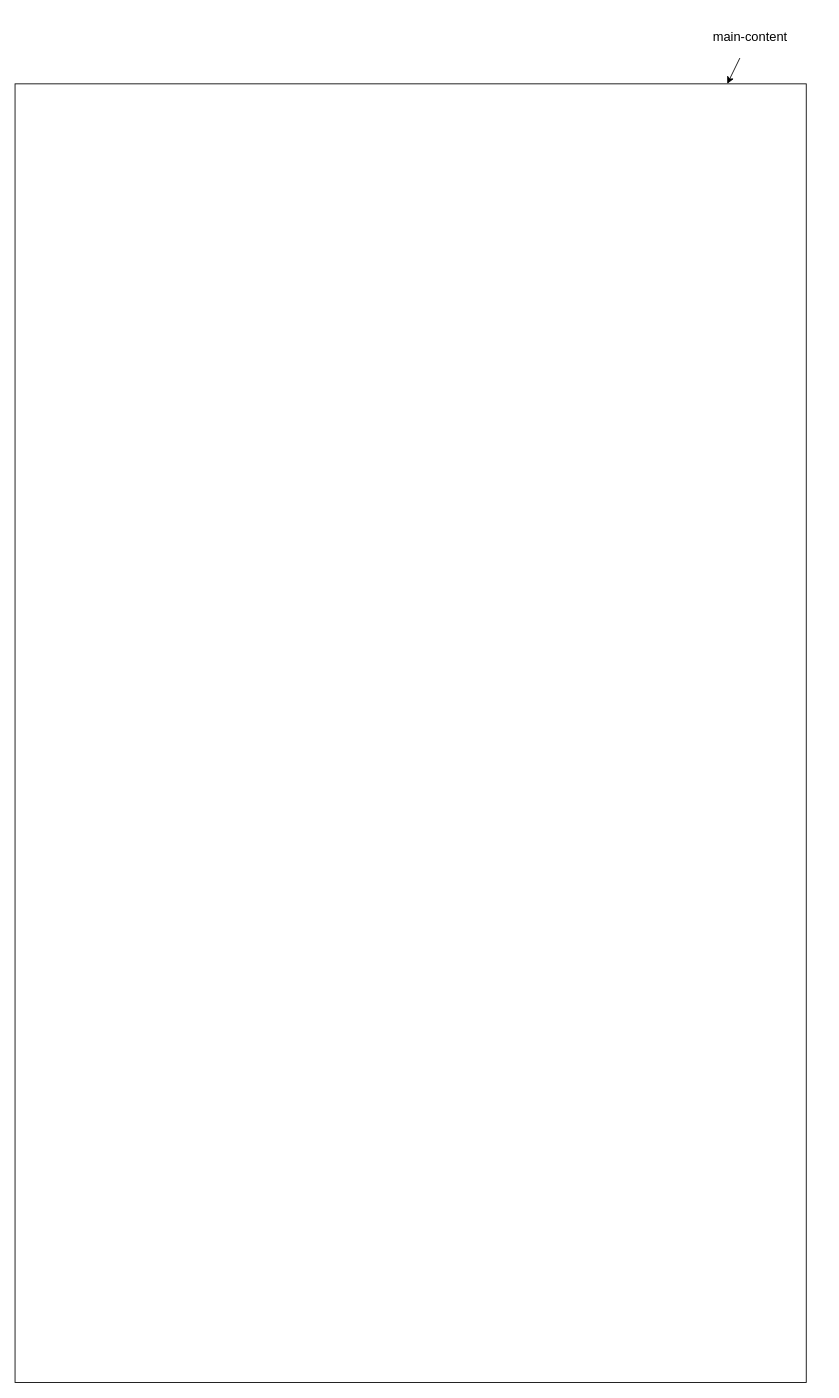
This is mindmap.drawio from MirkanPolat/my-portfolio, a draw.io file, before an edit. Source tidied: cells renumbered, new cells numbered last; positions are measured from the earlier drawing's top-left corner, leaving out a move shared by most shapes. Both pictures are drawn from the tidied source at 86%, with x=0, y=0 at pixel (15, 15).
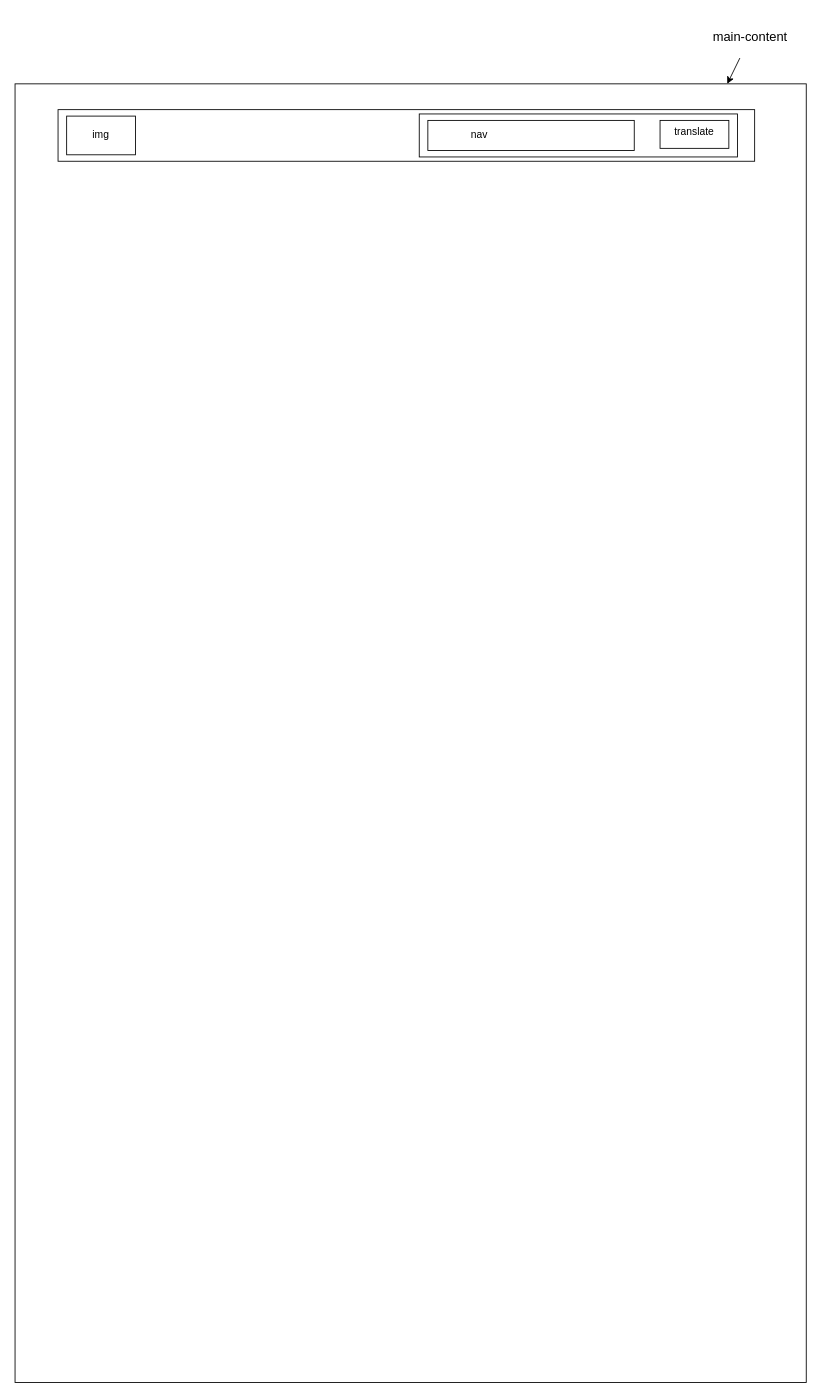
The same page after the edit.

What changed in the source:
```diff
@@
 <mxGraphModel>
   <root>
     <mxCell id="0" />
     <mxCell id="1" parent="0" />
     <mxCell id="2" style="rounded=0;whiteSpace=wrap;html=1;" parent="1" vertex="1">
       <mxGeometry y="80" width="920" height="1510" as="geometry" />
     </mxCell>
     <mxCell id="3" style="edgeStyle=none;html=1;" parent="1" edge="1" source="4" target="2">
       <mxGeometry relative="1" as="geometry" />
     </mxCell>
     <mxCell id="4" value="&lt;font style=&quot;font-size: 15px;&quot;&gt;main-content&lt;/font&gt;" style="text;strokeColor=none;align=center;fillColor=none;html=1;verticalAlign=middle;whiteSpace=wrap;rounded=0;" parent="1" vertex="1">
       <mxGeometry x="770" width="170" height="50" as="geometry" />
     </mxCell>
+    <mxCell id="5" style="rounded=0;whiteSpace=wrap;html=1;" parent="1" vertex="1">
+      <mxGeometry x="50" y="110" width="810" height="60" as="geometry" />
+    </mxCell>
+    <mxCell id="6" style="rounded=0;whiteSpace=wrap;html=1;" parent="1" vertex="1">
+      <mxGeometry x="60" y="117.5" width="80" height="45" as="geometry" />
+    </mxCell>
+    <mxCell id="7" style="rounded=0;whiteSpace=wrap;html=1;" parent="1" vertex="1">
+      <mxGeometry x="470" y="115" width="370" height="50" as="geometry" />
+    </mxCell>
+    <mxCell id="8" style="rounded=0;whiteSpace=wrap;html=1;" parent="1" vertex="1">
+      <mxGeometry x="750" y="122.5" width="80" height="32.5" as="geometry" />
+    </mxCell>
+    <mxCell id="9" style="rounded=0;whiteSpace=wrap;html=1;" parent="1" vertex="1">
+      <mxGeometry x="480" y="122.5" width="240" height="35" as="geometry" />
+    </mxCell>
+    <mxCell id="10" value="img" style="text;strokeColor=none;align=center;fillColor=none;html=1;verticalAlign=middle;whiteSpace=wrap;rounded=0;" parent="1" vertex="1">
+      <mxGeometry x="70" y="125" width="60" height="30" as="geometry" />
+    </mxCell>
+    <mxCell id="11" value="nav" style="text;strokeColor=none;align=center;fillColor=none;html=1;verticalAlign=middle;whiteSpace=wrap;rounded=0;" parent="1" vertex="1">
+      <mxGeometry x="510" y="125" width="60" height="30" as="geometry" />
+    </mxCell>
+    <mxCell id="12" value="translate&lt;div&gt;&lt;br&gt;&lt;/div&gt;" style="text;strokeColor=none;align=center;fillColor=none;html=1;verticalAlign=middle;whiteSpace=wrap;rounded=0;" parent="1" vertex="1">
+      <mxGeometry x="760" y="127.5" width="60" height="30" as="geometry" />
+    </mxCell>
   </root>
 </mxGraphModel>
```
